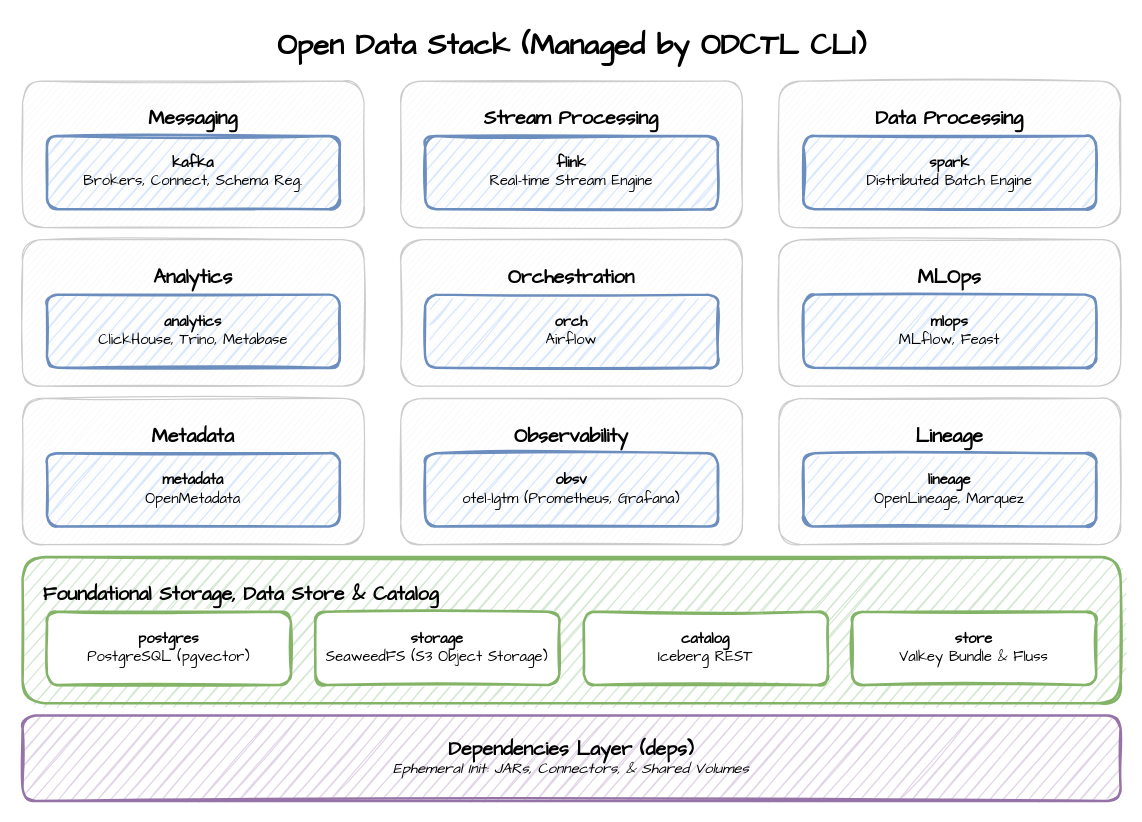
jaehyeon-kim/odctl keeps this draw.io diagram as image/diagram.drawio. Above is the earlier version. Source tidied: cells renumbered, new cells numbered last; positions are measured from the earlier drawing's top-left corner, leaving out a move shared by most shapes. Both pictures are drawn from the tidied source at 122%, with x=0, y=0 at pixel (22, 21).
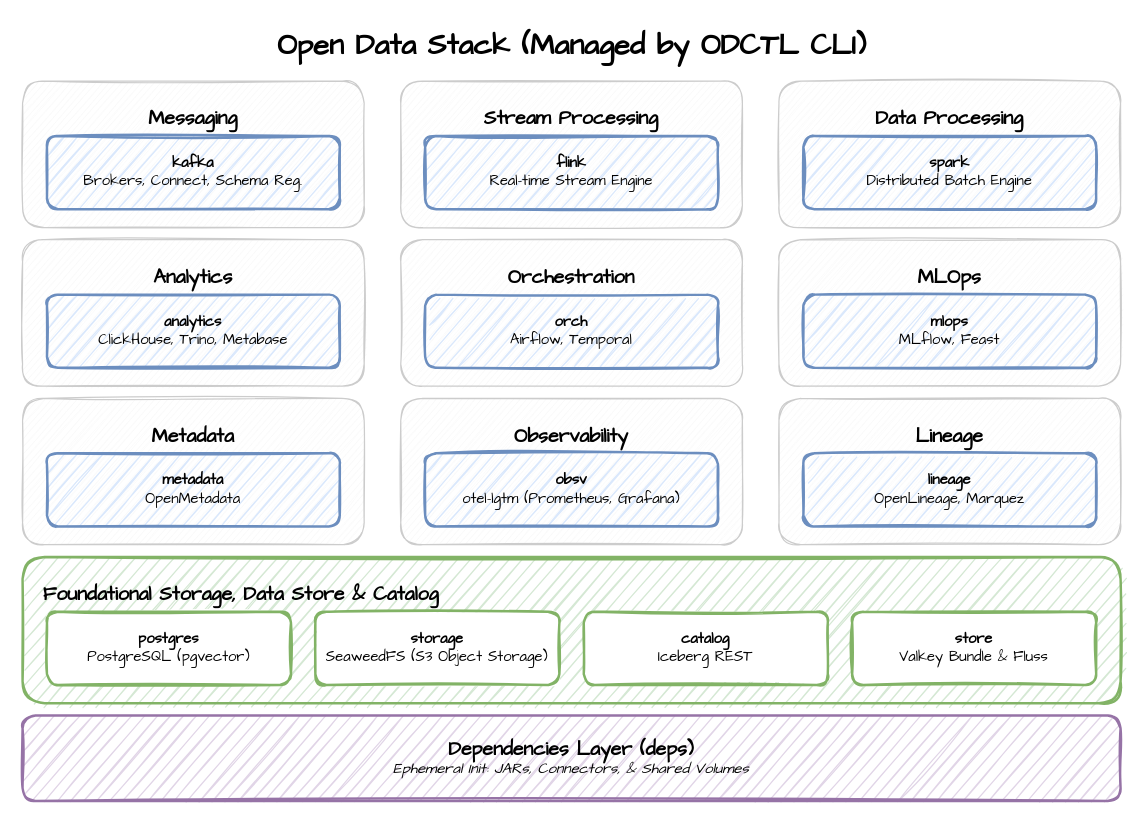
The same diagram, later.

Commit message (it also covers changes not shown here):
feat: add a temporal profile on the development server

Diff of the diagram source:
```diff
@@
-    <mxCell id="12" value="&lt;b&gt;orch&lt;/b&gt;&lt;br&gt;Airflow" style="rounded=1;whiteSpace=wrap;html=1;sketch=1;fillColor=#dae8fc;strokeColor=#6c8ebf;strokeWidth=2;fontFamily=Comic Sans MS;" parent="1" vertex="1">
+    <mxCell id="12" value="&lt;b&gt;orch&lt;/b&gt;&lt;br&gt;Airflow, Temporal" style="rounded=1;whiteSpace=wrap;html=1;sketch=1;fillColor=#dae8fc;strokeColor=#6c8ebf;strokeWidth=2;fontFamily=Comic Sans MS;" parent="1" vertex="1">
       <mxGeometry x="330" y="224" width="240" height="60" as="geometry" />
     </mxCell>
```
